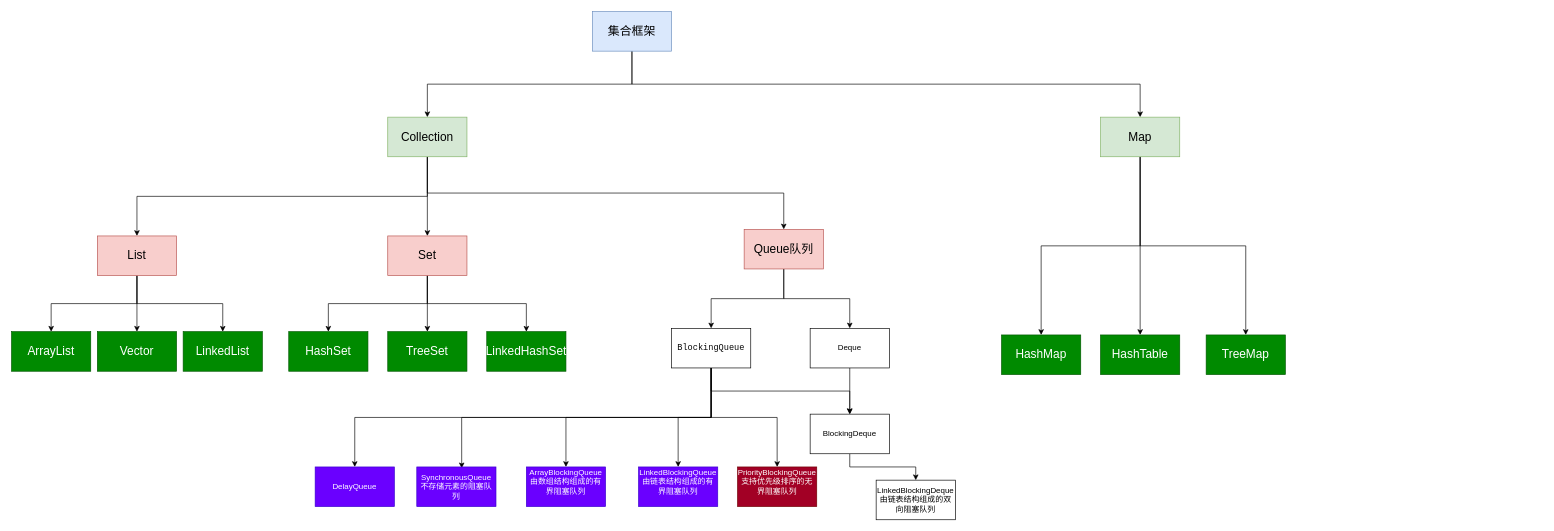
The draw.io diagram Java集合详解.drawio in chenxiaochuan72/draw, before the edit. Source tidied: cells renumbered, new cells numbered last; positions are measured from the earlier drawing's top-left corner, leaving out a move shared by most shapes. Both pictures are drawn from the tidied source at 66%, with x=0, y=0 at pixel (11, 11).
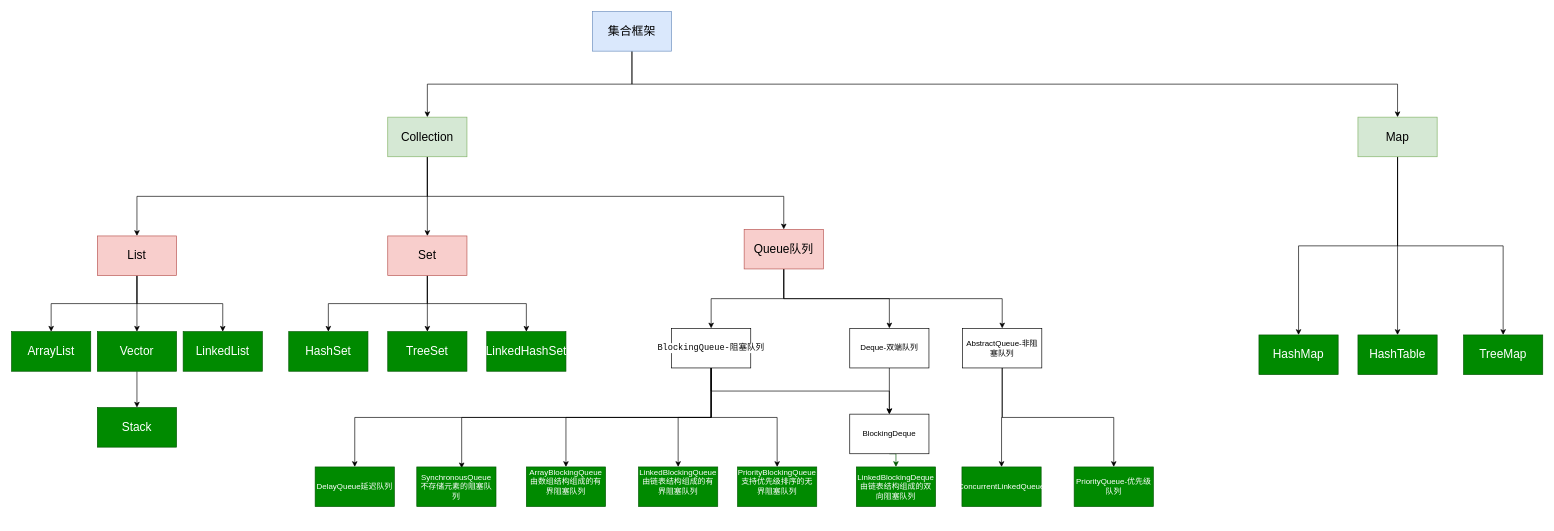
The same diagram, later.

Commit message:
更新Java集合详解.drawio

The change refers to these unchanged cells:
```xml
<mxCell id="8" value="Collection" style="rounded=0;whiteSpace=wrap;html=1;fillColor=#d5e8d4;strokeColor=#82b366;fontSize=18;" parent="1" vertex="1">
  <mxGeometry x="570" y="160" width="120" height="60" as="geometry" />
</mxCell>
<mxCell id="14" value="Vector" style="rounded=0;whiteSpace=wrap;html=1;fillColor=#008a00;fontColor=#ffffff;strokeColor=#005700;fontSize=18;" parent="1" vertex="1">
  <mxGeometry x="130" y="485" width="120" height="60" as="geometry" />
</mxCell>
<mxCell id="25" value="Queue队列" style="rounded=0;whiteSpace=wrap;html=1;fillColor=#f8cecc;strokeColor=#b85450;fontSize=18;" parent="1" vertex="1">
  <mxGeometry x="1110" y="330" width="120" height="60" as="geometry" />
</mxCell>
```

Diff of the diagram source:
```diff
@@
     <mxCell id="7" style="edgeStyle=orthogonalEdgeStyle;rounded=0;jettySize=auto;html=1;exitX=0.5;exitY=1;exitDx=0;exitDy=0;entryX=0.5;entryY=0;entryDx=0;entryDy=0;fontSize=18;" parent="1" edge="1" source="8" target="25">
-      <mxGeometry relative="1" as="geometry" />
+      <mxGeometry relative="1" as="geometry">
+        <Array as="points">
+          <mxPoint x="630" y="280" />
+          <mxPoint x="1170" y="280" />
+        </Array>
+      </mxGeometry>
     </mxCell>
@@
+    <mxCell id="50" style="edgeStyle=orthogonalEdgeStyle;rounded=0;jettySize=auto;html=1;exitX=0.5;exitY=1;exitDx=0;exitDy=0;entryX=0.5;entryY=0;entryDx=0;entryDy=0;" parent="1" edge="1" source="14" target="57">
+      <mxGeometry relative="1" as="geometry" />
+    </mxCell>
@@
+    <mxCell id="51" style="edgeStyle=orthogonalEdgeStyle;rounded=0;jettySize=auto;html=1;exitX=0.5;exitY=1;exitDx=0;exitDy=0;entryX=0.5;entryY=0;entryDx=0;entryDy=0;" parent="1" edge="1" source="25" target="54">
+      <mxGeometry relative="1" as="geometry" />
+    </mxCell>
@@
     <mxCell id="29" value="Map" style="rounded=0;whiteSpace=wrap;html=1;fillColor=#d5e8d4;strokeColor=#82b366;fontSize=18;" parent="1" vertex="1">
-      <mxGeometry x="1650" y="160" width="120" height="60" as="geometry" />
+      <mxGeometry x="2040" y="160" width="120" height="60" as="geometry" />
     </mxCell>
     <mxCell id="30" value="HashMap" style="rounded=0;whiteSpace=wrap;html=1;fillColor=#008a00;fontColor=#ffffff;strokeColor=#005700;fontSize=18;" parent="1" vertex="1">
-      <mxGeometry x="1500" y="490" width="120" height="60" as="geometry" />
+      <mxGeometry x="1890" y="490" width="120" height="60" as="geometry" />
     </mxCell>
     <mxCell id="31" value="HashTable" style="rounded=0;whiteSpace=wrap;html=1;fillColor=#008a00;fontColor=#ffffff;strokeColor=#005700;fontSize=18;" parent="1" vertex="1">
-      <mxGeometry x="1650" y="490" width="120" height="60" as="geometry" />
+      <mxGeometry x="2040" y="490" width="120" height="60" as="geometry" />
     </mxCell>
     <mxCell id="32" value="TreeMap" style="rounded=0;whiteSpace=wrap;html=1;fillColor=#008a00;fontColor=#ffffff;strokeColor=#005700;fontSize=18;" parent="1" vertex="1">
-      <mxGeometry x="1810" y="490" width="120" height="60" as="geometry" />
+      <mxGeometry x="2200" y="490" width="120" height="60" as="geometry" />
     </mxCell>
@@
-    <mxCell id="34" value="Deque" style="rounded=0;whiteSpace=wrap;html=1;" parent="1" vertex="1">
-      <mxGeometry x="1210" y="480" width="120" height="60" as="geometry" />
+    <mxCell id="34" value="Deque-双端队列" style="rounded=0;whiteSpace=wrap;html=1;" parent="1" vertex="1">
+      <mxGeometry x="1270" y="480" width="120" height="60" as="geometry" />
     </mxCell>
-    <mxCell id="35" style="edgeStyle=orthogonalEdgeStyle;rounded=0;jettySize=auto;html=1;exitX=0.5;exitY=1;exitDx=0;exitDy=0;entryX=0.5;entryY=0;entryDx=0;entryDy=0;" parent="1" edge="1" source="36" target="49">
+    <mxCell id="35" style="edgeStyle=orthogonalEdgeStyle;rounded=0;jettySize=auto;html=1;exitX=0.5;exitY=1;exitDx=0;exitDy=0;entryX=0.5;entryY=0;entryDx=0;entryDy=0;fillColor=#008a00;strokeColor=#005700;" parent="1" edge="1" source="36" target="49">
       <mxGeometry relative="1" as="geometry" />
     </mxCell>
     <mxCell id="36" value="BlockingDeque" style="rounded=0;whiteSpace=wrap;html=1;" parent="1" vertex="1">
-      <mxGeometry x="1210" y="610" width="120" height="60" as="geometry" />
+      <mxGeometry x="1270" y="610" width="120" height="60" as="geometry" />
     </mxCell>
@@
-    <mxCell id="43" value="&lt;div style=&quot;text-align: start; background-color: rgb(255, 255, 255); color: rgb(8, 8, 8); font-family: &amp;quot;JetBrains Mono&amp;quot;, monospace; font-size: 9.8pt;&quot;&gt;&lt;pre&gt;&lt;div style=&quot;font-family: &amp;quot;JetBrains Mono&amp;quot;, monospace; font-size: 9.8pt;&quot;&gt;&lt;pre&gt;BlockingQueue&lt;/pre&gt;&lt;/div&gt;&lt;/pre&gt;&lt;/div&gt;" style="rounded=0;whiteSpace=wrap;html=1;" parent="1" vertex="1">
+    <mxCell id="43" value="&lt;div style=&quot;text-align: start; background-color: rgb(255, 255, 255); color: rgb(8, 8, 8); font-family: &amp;quot;JetBrains Mono&amp;quot;, monospace; font-size: 9.8pt;&quot;&gt;&lt;pre&gt;&lt;div style=&quot;font-family: &amp;quot;JetBrains Mono&amp;quot;, monospace; font-size: 9.8pt;&quot;&gt;&lt;pre&gt;BlockingQueue-阻塞队列&lt;/pre&gt;&lt;/div&gt;&lt;/pre&gt;&lt;/div&gt;" style="rounded=0;whiteSpace=wrap;html=1;" parent="1" vertex="1">
       <mxGeometry x="1000" y="480" width="120" height="60" as="geometry" />
     </mxCell>
-    <mxCell id="44" value="LinkedBlockingQueue&lt;br&gt;&lt;div&gt;由链表结构组成的有界阻塞队列&lt;/div&gt;&lt;div&gt;&lt;br&gt;&lt;/div&gt;" style="rounded=0;whiteSpace=wrap;html=1;fillColor=#6a00ff;fontColor=#ffffff;strokeColor=#3700CC;" parent="1" vertex="1">
+    <mxCell id="44" value="LinkedBlockingQueue&lt;br&gt;&lt;div&gt;由链表结构组成的有界阻塞队列&lt;/div&gt;&lt;div&gt;&lt;br&gt;&lt;/div&gt;" style="rounded=0;whiteSpace=wrap;html=1;fillColor=#008a00;fontColor=#ffffff;strokeColor=#005700;" parent="1" vertex="1">
       <mxGeometry x="950" y="690" width="120" height="60" as="geometry" />
     </mxCell>
-    <mxCell id="45" value="ArrayBlockingQueue&lt;br&gt;&lt;div&gt;由数组结构组成的有界阻塞队列&lt;/div&gt;&lt;div&gt;&lt;br&gt;&lt;/div&gt;" style="rounded=0;whiteSpace=wrap;html=1;fillColor=#6a00ff;fontColor=#ffffff;strokeColor=#3700CC;" parent="1" vertex="1">
+    <mxCell id="45" value="ArrayBlockingQueue&lt;br&gt;&lt;div&gt;由数组结构组成的有界阻塞队列&lt;/div&gt;&lt;div&gt;&lt;br&gt;&lt;/div&gt;" style="rounded=0;whiteSpace=wrap;html=1;fillColor=#008a00;fontColor=#ffffff;strokeColor=#005700;" parent="1" vertex="1">
       <mxGeometry x="780" y="690" width="120" height="60" as="geometry" />
     </mxCell>
-    <mxCell id="46" value="PriorityBlockingQueue&lt;br&gt;&lt;div&gt;支持优先级排序的无界阻塞队列&lt;/div&gt;&lt;div&gt;&lt;br&gt;&lt;/div&gt;" style="rounded=0;whiteSpace=wrap;html=1;fillColor=#a20025;fontColor=#ffffff;strokeColor=#6F0000;" parent="1" vertex="1">
+    <mxCell id="46" value="PriorityBlockingQueue&lt;br&gt;&lt;div&gt;支持优先级排序的无界阻塞队列&lt;/div&gt;&lt;div&gt;&lt;br&gt;&lt;/div&gt;" style="rounded=0;whiteSpace=wrap;html=1;fillColor=#008a00;fontColor=#ffffff;strokeColor=#005700;" parent="1" vertex="1">
       <mxGeometry x="1100" y="690" width="120" height="60" as="geometry" />
     </mxCell>
-    <mxCell id="47" value="SynchronousQueue&lt;br&gt;不存储元素的阻塞队列" style="rounded=0;whiteSpace=wrap;html=1;fillColor=#6a00ff;fontColor=#ffffff;strokeColor=#3700CC;" parent="1" vertex="1">
+    <mxCell id="47" value="SynchronousQueue&lt;br&gt;不存储元素的阻塞队列" style="rounded=0;whiteSpace=wrap;html=1;fillColor=#008a00;fontColor=#ffffff;strokeColor=#005700;" parent="1" vertex="1">
       <mxGeometry x="614" y="690" width="120" height="60" as="geometry" />
     </mxCell>
-    <mxCell id="48" value="DelayQueue" style="rounded=0;whiteSpace=wrap;html=1;fillColor=#6a00ff;fontColor=#ffffff;strokeColor=#3700CC;" parent="1" vertex="1">
+    <mxCell id="48" value="DelayQueue延迟队列" style="rounded=0;whiteSpace=wrap;html=1;fillColor=#008a00;fontColor=#ffffff;strokeColor=#005700;" parent="1" vertex="1">
       <mxGeometry x="460" y="690" width="120" height="60" as="geometry" />
     </mxCell>
-    <mxCell id="49" value="LinkedBlockingDeque&lt;br&gt;由链表结构组成的双向阻塞队列" style="rounded=0;whiteSpace=wrap;html=1;" parent="1" vertex="1">
-      <mxGeometry x="1310" y="710" width="120" height="60" as="geometry" />
+    <mxCell id="49" value="LinkedBlockingDeque&lt;br&gt;由链表结构组成的双向阻塞队列" style="rounded=0;whiteSpace=wrap;html=1;fillColor=#008a00;fontColor=#ffffff;strokeColor=#005700;" parent="1" vertex="1">
+      <mxGeometry x="1280" y="690" width="120" height="60" as="geometry" />
     </mxCell>
+    <mxCell id="52" style="edgeStyle=orthogonalEdgeStyle;rounded=0;jettySize=auto;html=1;exitX=0.5;exitY=1;exitDx=0;exitDy=0;" parent="1" edge="1" source="54" target="55">
+      <mxGeometry relative="1" as="geometry" />
+    </mxCell>
+    <mxCell id="53" style="edgeStyle=orthogonalEdgeStyle;rounded=0;jettySize=auto;html=1;exitX=0.5;exitY=1;exitDx=0;exitDy=0;entryX=0.5;entryY=0;entryDx=0;entryDy=0;" parent="1" edge="1" source="54" target="56">
+      <mxGeometry relative="1" as="geometry" />
+    </mxCell>
+    <mxCell id="54" value="AbstractQueue-非阻塞队列" style="rounded=0;whiteSpace=wrap;html=1;" parent="1" vertex="1">
+      <mxGeometry x="1441" y="480" width="120" height="60" as="geometry" />
+    </mxCell>
+    <mxCell id="55" value="ConcurrentLinkedQueue" style="rounded=0;whiteSpace=wrap;html=1;fillColor=#008a00;fontColor=#ffffff;strokeColor=#005700;" parent="1" vertex="1">
+      <mxGeometry x="1440" y="690" width="120" height="60" as="geometry" />
+    </mxCell>
+    <mxCell id="56" value="PriorityQueue-优先级队列" style="rounded=0;whiteSpace=wrap;html=1;fillColor=#008a00;fontColor=#ffffff;strokeColor=#005700;" parent="1" vertex="1">
+      <mxGeometry x="1610" y="690" width="120" height="60" as="geometry" />
+    </mxCell>
+    <mxCell id="57" value="Stack" style="rounded=0;whiteSpace=wrap;html=1;fillColor=#008a00;fontColor=#ffffff;strokeColor=#005700;fontSize=18;" parent="1" vertex="1">
+      <mxGeometry x="130" y="600" width="120" height="60" as="geometry" />
+    </mxCell>
```
